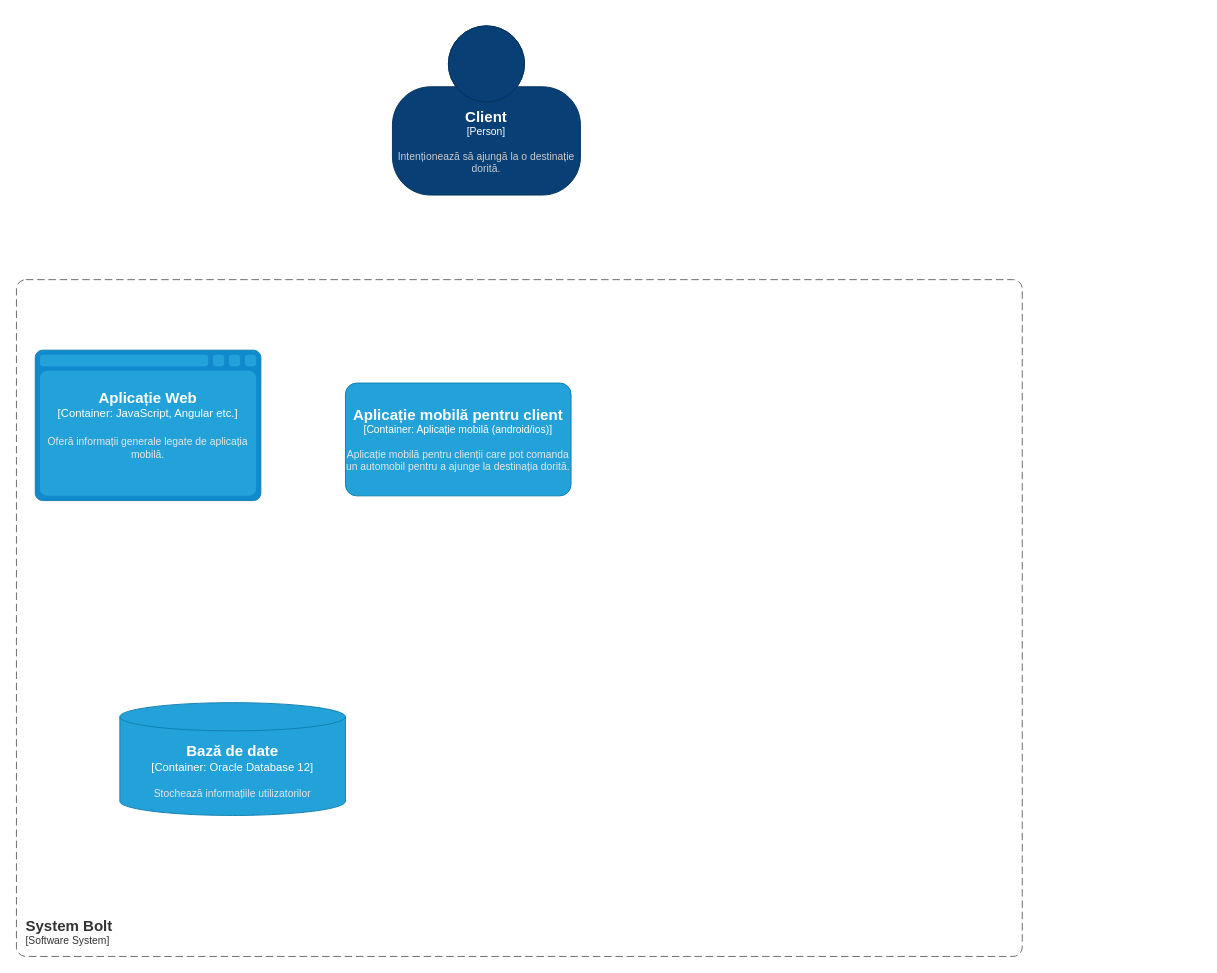
Before: page "Page-1" (1 of 2) of Untitled Diagram.drawio in zakur0-Sit/IP_24_B3_Cazacu_Ion, a draw.io diagram. Source tidied: cells renumbered, new cells numbered last; positions are measured from the earlier drawing's top-left corner, leaving out a move shared by most shapes. Both pictures are drawn from the tidied source at 94%, with x=0, y=0 at pixel (16, 25).
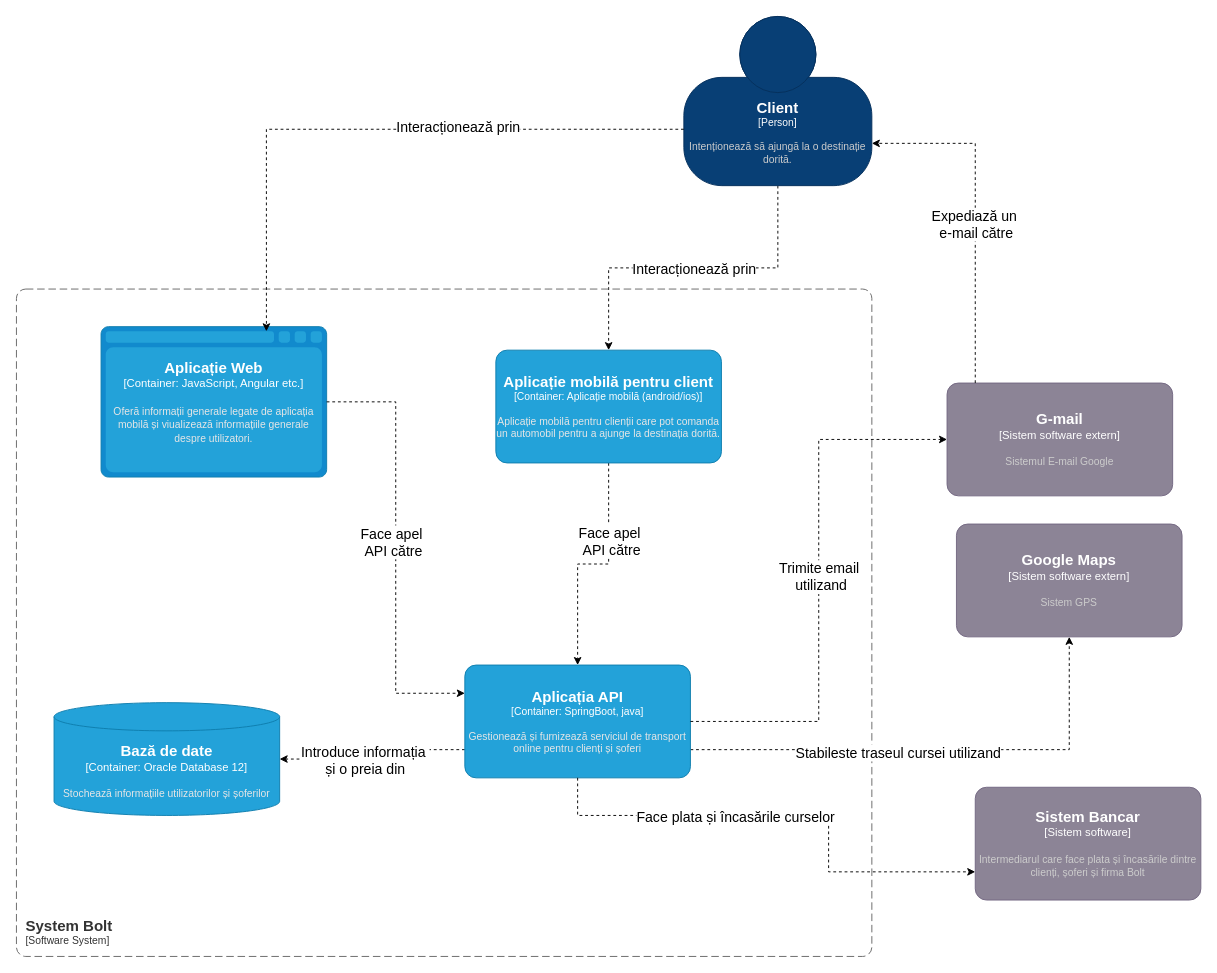
The same diagram, later.

Change to the diagram source:
```diff
@@
+    <mxCell id="7" style="edgeStyle=orthogonalEdgeStyle;rounded=0;jettySize=auto;html=1;dashed=1;" parent="1" edge="1" source="2" target="5">
+      <mxGeometry relative="1" as="geometry" />
+    </mxCell>
+    <mxCell id="8" value="&lt;font style=&quot;font-size: 15px;&quot;&gt;Interacționează prin&lt;/font&gt;" style="edgeLabel;html=1;align=center;verticalAlign=middle;" parent="7" vertex="1">
+      <mxGeometry x="-0.28" relative="1" as="geometry">
+        <mxPoint x="-49" as="offset" />
+      </mxGeometry>
+    </mxCell>
     <object id="2" label="&lt;font style=&quot;font-size: 16px&quot;&gt;&lt;b&gt;%c4Name%&lt;/b&gt;&lt;/font&gt;&lt;div&gt;[%c4Type%]&lt;/div&gt;&lt;br&gt;&lt;div&gt;&lt;font style=&quot;font-size: 11px&quot;&gt;&lt;font color=&quot;#cccccc&quot;&gt;%c4Description%&lt;/font&gt;&lt;/div&gt;" c4Description="Intenționează să ajungă la o destinație dorită." c4Name="Client" c4Type="Person" placeholders="1">
       <mxCell style="html=1;fontSize=11;dashed=0;whiteSpace=wrap;fillColor=#083F75;strokeColor=#06315C;fontColor=#ffffff;shape=mxgraph.c4.person2;align=center;points=[[0.5,0,0],[1,0.5,0],[1,0.75,0],[0.75,1,0],[0.5,1,0],[0.25,1,0],[0,0.75,0],[0,0.5,0]];" parent="1" vertex="1">
-        <mxGeometry x="400" width="200" height="180" as="geometry" />
+        <mxGeometry x="710" y="-10" width="200" height="180" as="geometry" />
       </mxCell>
     </object>
     <object id="3" label="&lt;font style=&quot;font-size: 16px&quot;&gt;&lt;b&gt;&lt;div style=&quot;text-align: left&quot;&gt;%c4Name%&lt;/div&gt;&lt;/b&gt;&lt;/font&gt;&lt;div style=&quot;text-align: left&quot;&gt;[%c4Application%]&lt;/div&gt;" c4Application="Software System" c4Name="System Bolt" placeholders="1">
       <mxCell style="rounded=1;fontSize=11;whiteSpace=wrap;html=1;dashed=1;arcSize=20;fillColor=none;strokeColor=#666666;fontColor=#333333;labelBackgroundColor=none;align=left;verticalAlign=bottom;labelBorderColor=none;spacingTop=0;spacing=10;dashPattern=8 4;perimeter=rectanglePerimeter;noLabel=0;labelPadding=0;absoluteArcSize=1;" parent="1" vertex="1">
-        <mxGeometry y="270" width="1070" height="720" as="geometry" />
+        <mxGeometry y="280" width="910" height="710" as="geometry" />
       </mxCell>
     </object>
-    <object id="4" label="&lt;font style=&quot;font-size: 16px&quot;&gt;&lt;b&gt;%c4Type%&lt;/b&gt;&lt;/font&gt;&lt;div&gt;[%c4Container%:&amp;nbsp;%c4Technology%]&lt;/div&gt;&lt;br&gt;&lt;div&gt;&lt;font style=&quot;font-size: 11px&quot;&gt;&lt;font color=&quot;#E6E6E6&quot;&gt;%c4Description%&lt;/font&gt;&lt;/div&gt;" c4Container="Container" c4Description="Oferă informații generale legate de aplicația mobilă." c4Technology="JavaScript, Angular etc." c4Type="Aplicație Web" placeholders="1">
+    <object id="4" label="&lt;font style=&quot;font-size: 16px&quot;&gt;&lt;b&gt;%c4Type%&lt;/b&gt;&lt;/font&gt;&lt;div&gt;[%c4Container%:&amp;nbsp;%c4Technology%]&lt;/div&gt;&lt;br&gt;&lt;div&gt;&lt;font style=&quot;font-size: 11px&quot;&gt;&lt;font color=&quot;#E6E6E6&quot;&gt;%c4Description%&lt;/font&gt;&lt;/div&gt;" c4Container="Container" c4Description="Oferă informații generale legate de aplicația mobilă și viualizează informațiile generale despre utilizatori." c4Technology="JavaScript, Angular etc." c4Type="Aplicație Web" placeholders="1">
       <mxCell style="shape=mxgraph.c4.webBrowserContainer2;whiteSpace=wrap;html=1;boundedLbl=1;rounded=0;labelBackgroundColor=none;strokeColor=#118ACD;fillColor=#23A2D9;strokeColor=#118ACD;strokeColor2=#0E7DAD;fontSize=12;fontColor=#ffffff;align=center;points=[[0.5,0,0],[1,0.25,0],[1,0.5,0],[1,0.75,0],[0.5,1,0],[0,0.75,0],[0,0.5,0],[0,0.25,0]];" parent="1" vertex="1">
-        <mxGeometry x="20" y="345" width="240" height="160" as="geometry" />
+        <mxGeometry x="90" y="320" width="240" height="160" as="geometry" />
       </mxCell>
     </object>
+    <mxCell id="9" style="edgeStyle=orthogonalEdgeStyle;rounded=0;jettySize=auto;html=1;dashed=1;" parent="1" edge="1" source="5" target="17">
+      <mxGeometry relative="1" as="geometry" />
+    </mxCell>
+    <mxCell id="10" value="&lt;font style=&quot;font-size: 15px;&quot;&gt;Face apel&amp;nbsp;&lt;/font&gt;&lt;div&gt;&lt;font style=&quot;font-size: 15px;&quot;&gt;API către&lt;/font&gt;&lt;/div&gt;" style="edgeLabel;html=1;align=center;verticalAlign=middle;" parent="9" vertex="1">
+      <mxGeometry x="-0.34" y="2" relative="1" as="geometry" />
+    </mxCell>
     <object id="5" label="&lt;font style=&quot;font-size: 16px&quot;&gt;&lt;b&gt;%c4Name%&lt;/b&gt;&lt;/font&gt;&lt;div&gt;[%c4Type%: %c4Technology%]&lt;/div&gt;&lt;br&gt;&lt;div&gt;&lt;font style=&quot;font-size: 11px&quot;&gt;&lt;font color=&quot;#E6E6E6&quot;&gt;%c4Description%&lt;/font&gt;&lt;/div&gt;" c4Description="Aplicație mobilă pentru clienții care pot comanda un automobil pentru a ajunge la destinația dorită." c4Name="Aplicație mobilă pentru client" c4Technology="Aplicație mobilă (android/ios)" c4Type="Container" placeholders="1">
       <mxCell style="rounded=1;whiteSpace=wrap;html=1;fontSize=11;labelBackgroundColor=none;fillColor=#23A2D9;fontColor=#ffffff;align=center;arcSize=10;strokeColor=#0E7DAD;points=[[0.25,0,0],[0.5,0,0],[0.75,0,0],[1,0.25,0],[1,0.5,0],[1,0.75,0],[0.75,1,0],[0.5,1,0],[0.25,1,0],[0,0.75,0],[0,0.5,0],[0,0.25,0]];" parent="1" vertex="1">
-        <mxGeometry x="350" y="380" width="240" height="120" as="geometry" />
+        <mxGeometry x="510" y="345" width="240" height="120" as="geometry" />
       </mxCell>
     </object>
-    <object id="6" label="&lt;font style=&quot;font-size: 16px&quot;&gt;&lt;b&gt;%c4Type%&lt;/b&gt;&lt;/font&gt;&lt;div&gt;[%c4Container%:&amp;nbsp;%c4Technology%]&lt;/div&gt;&lt;br&gt;&lt;div&gt;&lt;font style=&quot;font-size: 11px&quot;&gt;&lt;font color=&quot;#E6E6E6&quot;&gt;%c4Description%&lt;/font&gt;&lt;/div&gt;" c4Container="Container" c4Description="Stochează informațiile utilizatorilor " c4Technology="Oracle Database 12" c4Type="Bază de date" placeholders="1">
+    <object id="6" label="&lt;font style=&quot;font-size: 16px&quot;&gt;&lt;b&gt;%c4Type%&lt;/b&gt;&lt;/font&gt;&lt;div&gt;[%c4Container%:&amp;nbsp;%c4Technology%]&lt;/div&gt;&lt;br&gt;&lt;div&gt;&lt;font style=&quot;font-size: 11px&quot;&gt;&lt;font color=&quot;#E6E6E6&quot;&gt;%c4Description%&lt;/font&gt;&lt;/div&gt;" c4Container="Container" c4Description="Stochează informațiile utilizatorilor și șoferilor" c4Technology="Oracle Database 12" c4Type="Bază de date" placeholders="1">
       <mxCell style="shape=cylinder3;size=15;whiteSpace=wrap;html=1;boundedLbl=1;rounded=0;labelBackgroundColor=none;fillColor=#23A2D9;fontSize=12;fontColor=#ffffff;align=center;strokeColor=#0E7DAD;points=[[0.5,0,0],[1,0.25,0],[1,0.5,0],[1,0.75,0],[0.5,1,0],[0,0.75,0],[0,0.5,0],[0,0.25,0]];" parent="1" vertex="1">
-        <mxGeometry x="110" y="720" width="240" height="120" as="geometry" />
+        <mxGeometry x="40" y="720" width="240" height="120" as="geometry" />
       </mxCell>
     </object>
+    <object id="11" label="&lt;font style=&quot;font-size: 16px&quot;&gt;&lt;b&gt;%c4Name%&lt;/b&gt;&lt;/font&gt;&lt;div&gt;[%c4Type%]&lt;/div&gt;&lt;br&gt;&lt;div&gt;&lt;font style=&quot;font-size: 11px&quot;&gt;&lt;font color=&quot;#cccccc&quot;&gt;%c4Description%&lt;/font&gt;&lt;/div&gt;" c4Description="Sistemul E-mail Google" c4Name="G-mail" c4Type="Sistem software extern" placeholders="1">
+      <mxCell style="rounded=1;whiteSpace=wrap;html=1;labelBackgroundColor=none;fillColor=#8C8496;fontColor=#ffffff;align=center;arcSize=10;strokeColor=#736782;points=[[0.25,0,0],[0.5,0,0],[0.75,0,0],[1,0.25,0],[1,0.5,0],[1,0.75,0],[0.75,1,0],[0.5,1,0],[0.25,1,0],[0,0.75,0],[0,0.5,0],[0,0.25,0]];" parent="1" vertex="1">
+        <mxGeometry x="990" y="380" width="240" height="120" as="geometry" />
+      </mxCell>
+    </object>
+    <object id="12" label="&lt;font style=&quot;font-size: 16px&quot;&gt;&lt;b&gt;%c4Name%&lt;/b&gt;&lt;/font&gt;&lt;div&gt;[%c4Type%]&lt;/div&gt;&lt;br&gt;&lt;div&gt;&lt;font style=&quot;font-size: 11px&quot;&gt;&lt;font color=&quot;#cccccc&quot;&gt;%c4Description%&lt;/font&gt;&lt;/div&gt;" c4Description="Sistem GPS" c4Name="Google Maps" c4Type="Sistem software extern" placeholders="1">
+      <mxCell style="rounded=1;whiteSpace=wrap;html=1;labelBackgroundColor=none;fillColor=#8C8496;fontColor=#ffffff;align=center;arcSize=10;strokeColor=#736782;points=[[0.25,0,0],[0.5,0,0],[0.75,0,0],[1,0.25,0],[1,0.5,0],[1,0.75,0],[0.75,1,0],[0.5,1,0],[0.25,1,0],[0,0.75,0],[0,0.5,0],[0,0.25,0]];" parent="1" vertex="1">
+        <mxGeometry x="1000" y="530" width="240" height="120" as="geometry" />
+      </mxCell>
+    </object>
+    <mxCell id="13" style="edgeStyle=orthogonalEdgeStyle;rounded=0;jettySize=auto;html=1;exitX=0;exitY=0.75;exitDx=0;exitDy=0;exitPerimeter=0;dashed=1;" parent="1" edge="1" source="17" target="6">
+      <mxGeometry relative="1" as="geometry" />
+    </mxCell>
+    <mxCell id="14" value="&lt;font style=&quot;font-size: 15px;&quot;&gt;Introduce informația&amp;nbsp;&lt;/font&gt;&lt;div style=&quot;font-size: 15px;&quot;&gt;&lt;font style=&quot;font-size: 15px;&quot;&gt;și o preia din&lt;/font&gt;&lt;/div&gt;" style="edgeLabel;html=1;align=center;verticalAlign=middle;" parent="13" vertex="1">
+      <mxGeometry x="0.13" relative="1" as="geometry" />
+    </mxCell>
+    <mxCell id="15" style="edgeStyle=orthogonalEdgeStyle;rounded=0;jettySize=auto;html=1;exitX=1;exitY=0.75;exitDx=0;exitDy=0;exitPerimeter=0;dashed=1;" parent="1" edge="1" source="17" target="12">
+      <mxGeometry relative="1" as="geometry">
+        <Array as="points">
+          <mxPoint x="717" y="770" />
+          <mxPoint x="1120" y="770" />
+        </Array>
+      </mxGeometry>
+    </mxCell>
+    <mxCell id="16" value="&lt;font style=&quot;font-size: 15px;&quot;&gt;Stabileste traseul cursei utilizand&lt;/font&gt;" style="edgeLabel;html=1;align=center;verticalAlign=middle;" parent="15" vertex="1">
+      <mxGeometry x="-0.16" y="-2" relative="1" as="geometry" />
+    </mxCell>
+    <object id="17" label="&lt;font style=&quot;font-size: 16px&quot;&gt;&lt;b&gt;%c4Name%&lt;/b&gt;&lt;/font&gt;&lt;div&gt;[%c4Type%: %c4Technology%]&lt;/div&gt;&lt;br&gt;&lt;div&gt;&lt;font style=&quot;font-size: 11px&quot;&gt;&lt;font color=&quot;#E6E6E6&quot;&gt;%c4Description%&lt;/font&gt;&lt;/div&gt;" c4Description="Gestionează și furnizează serviciul de transport online pentru clienți și șoferi" c4Name="Aplicația API" c4Technology="SpringBoot, java" c4Type="Container" placeholders="1">
+      <mxCell style="rounded=1;whiteSpace=wrap;html=1;fontSize=11;labelBackgroundColor=none;fillColor=#23A2D9;fontColor=#ffffff;align=center;arcSize=10;strokeColor=#0E7DAD;points=[[0.25,0,0],[0.5,0,0],[0.75,0,0],[1,0.25,0],[1,0.5,0],[1,0.75,0],[0.75,1,0],[0.5,1,0],[0.25,1,0],[0,0.75,0],[0,0.5,0],[0,0.25,0]];" parent="1" vertex="1">
+        <mxGeometry x="477" y="680" width="240" height="120" as="geometry" />
+      </mxCell>
+    </object>
+    <mxCell id="18" style="edgeStyle=orthogonalEdgeStyle;rounded=0;jettySize=auto;html=1;entryX=0.733;entryY=0.031;entryDx=0;entryDy=0;entryPerimeter=0;dashed=1;" parent="1" edge="1" source="2" target="4">
+      <mxGeometry relative="1" as="geometry">
+        <Array as="points">
+          <mxPoint x="266" y="110" />
+        </Array>
+      </mxGeometry>
+    </mxCell>
+    <mxCell id="19" value="&lt;font style=&quot;font-size: 15px;&quot;&gt;Interacționează prin&lt;/font&gt;" style="edgeLabel;html=1;align=center;verticalAlign=middle;" parent="18" vertex="1">
+      <mxGeometry x="-0.27" y="-4" relative="1" as="geometry" />
+    </mxCell>
+    <mxCell id="20" style="edgeStyle=orthogonalEdgeStyle;rounded=0;jettySize=auto;html=1;entryX=0;entryY=0.25;entryDx=0;entryDy=0;entryPerimeter=0;dashed=1;" parent="1" edge="1" source="4" target="17">
+      <mxGeometry relative="1" as="geometry" />
+    </mxCell>
+    <mxCell id="21" value="&lt;font style=&quot;font-size: 15px;&quot;&gt;Face apel&amp;nbsp;&lt;/font&gt;&lt;div&gt;&lt;font style=&quot;font-size: 15px;&quot;&gt;API către&lt;/font&gt;&lt;/div&gt;" style="edgeLabel;html=1;align=center;verticalAlign=middle;" parent="20" vertex="1">
+      <mxGeometry x="-0.03" y="-3" relative="1" as="geometry" />
+    </mxCell>
+    <mxCell id="22" style="edgeStyle=orthogonalEdgeStyle;rounded=0;jettySize=auto;html=1;entryX=0;entryY=0.5;entryDx=0;entryDy=0;entryPerimeter=0;dashed=1;" parent="1" edge="1" source="17" target="11">
+      <mxGeometry relative="1" as="geometry" />
+    </mxCell>
+    <mxCell id="23" value="&lt;font style=&quot;font-size: 15px;&quot;&gt;Trimite email&amp;nbsp;&lt;/font&gt;&lt;div style=&quot;font-size: 15px;&quot;&gt;&lt;font style=&quot;font-size: 15px;&quot;&gt;utilizand&lt;/font&gt;&lt;/div&gt;" style="edgeLabel;html=1;align=center;verticalAlign=middle;" parent="22" vertex="1">
+      <mxGeometry x="0.02" y="-1" relative="1" as="geometry">
+        <mxPoint x="1" y="1" as="offset" />
+      </mxGeometry>
+    </mxCell>
+    <mxCell id="24" style="edgeStyle=orthogonalEdgeStyle;rounded=0;jettySize=auto;html=1;entryX=1;entryY=0.75;entryDx=0;entryDy=0;entryPerimeter=0;dashed=1;" parent="1" edge="1" source="11" target="2">
+      <mxGeometry relative="1" as="geometry">
+        <Array as="points">
+          <mxPoint x="1020" y="125" />
+        </Array>
+      </mxGeometry>
+    </mxCell>
+    <mxCell id="25" value="&lt;font style=&quot;font-size: 15px;&quot;&gt;Expediază un&amp;nbsp;&lt;/font&gt;&lt;div&gt;&lt;font style=&quot;font-size: 15px;&quot;&gt;e-mail către&lt;/font&gt;&lt;/div&gt;" style="edgeLabel;html=1;align=center;verticalAlign=middle;" parent="24" vertex="1">
+      <mxGeometry x="0.28" relative="1" as="geometry">
+        <mxPoint y="64" as="offset" />
+      </mxGeometry>
+    </mxCell>
+    <object id="26" label="&lt;font style=&quot;font-size: 16px&quot;&gt;&lt;b&gt;%c4Name%&lt;/b&gt;&lt;/font&gt;&lt;div&gt;[%c4Type%]&lt;/div&gt;&lt;br&gt;&lt;div&gt;&lt;font style=&quot;font-size: 11px&quot;&gt;&lt;font color=&quot;#cccccc&quot;&gt;%c4Description%&lt;/font&gt;&lt;/div&gt;" c4Description="Intermediarul care face plata și încasările dintre clienți, șoferi și firma Bolt" c4Name="Sistem Bancar" c4Type="Sistem software" placeholders="1">
+      <mxCell style="rounded=1;whiteSpace=wrap;html=1;labelBackgroundColor=none;fillColor=#8C8496;fontColor=#ffffff;align=center;arcSize=10;strokeColor=#736782;points=[[0.25,0,0],[0.5,0,0],[0.75,0,0],[1,0.25,0],[1,0.5,0],[1,0.75,0],[0.75,1,0],[0.5,1,0],[0.25,1,0],[0,0.75,0],[0,0.5,0],[0,0.25,0]];" parent="1" vertex="1">
+        <mxGeometry x="1020" y="810" width="240" height="120" as="geometry" />
+      </mxCell>
+    </object>
+    <mxCell id="27" style="edgeStyle=orthogonalEdgeStyle;rounded=0;jettySize=auto;html=1;entryX=0;entryY=0.75;entryDx=0;entryDy=0;entryPerimeter=0;dashed=1;" parent="1" edge="1" source="17" target="26">
+      <mxGeometry relative="1" as="geometry">
+        <Array as="points">
+          <mxPoint x="597" y="840" />
+          <mxPoint x="864" y="840" />
+          <mxPoint x="864" y="900" />
+        </Array>
+      </mxGeometry>
+    </mxCell>
+    <mxCell id="28" value="&lt;font style=&quot;font-size: 15px;&quot;&gt;Face plata și încasările curselor&lt;/font&gt;" style="edgeLabel;html=1;align=center;verticalAlign=middle;" parent="27" vertex="1">
+      <mxGeometry x="-0.21" relative="1" as="geometry" />
+    </mxCell>
```
